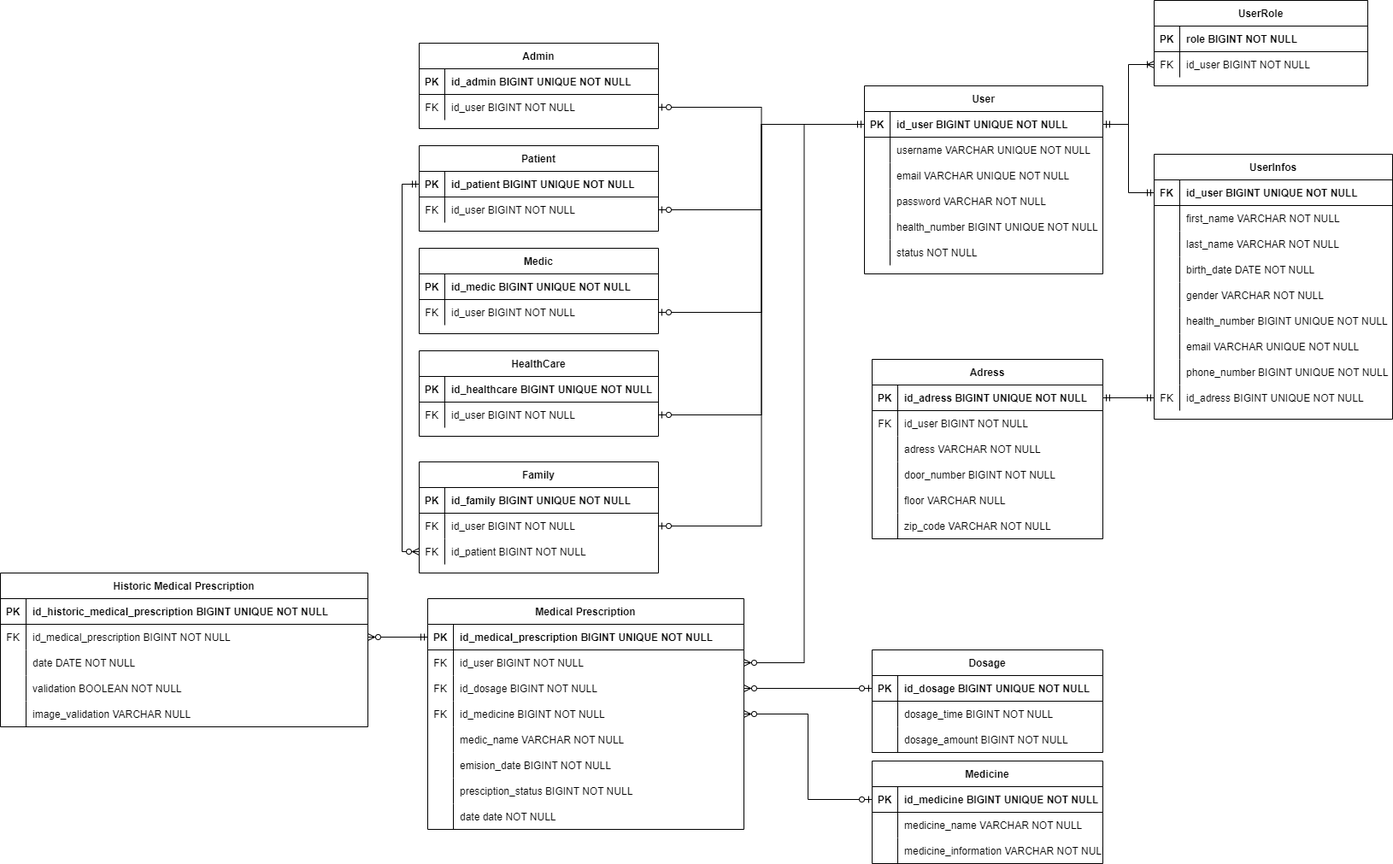
The draw.io diagram Documentação/Base de dados/ER.drawio.png in Zav04/MedAlert, before a commit. Source tidied: cells renumbered, new cells last; positions are measured from the earlier drawing's top-left corner, leaving out a move shared by most shapes.
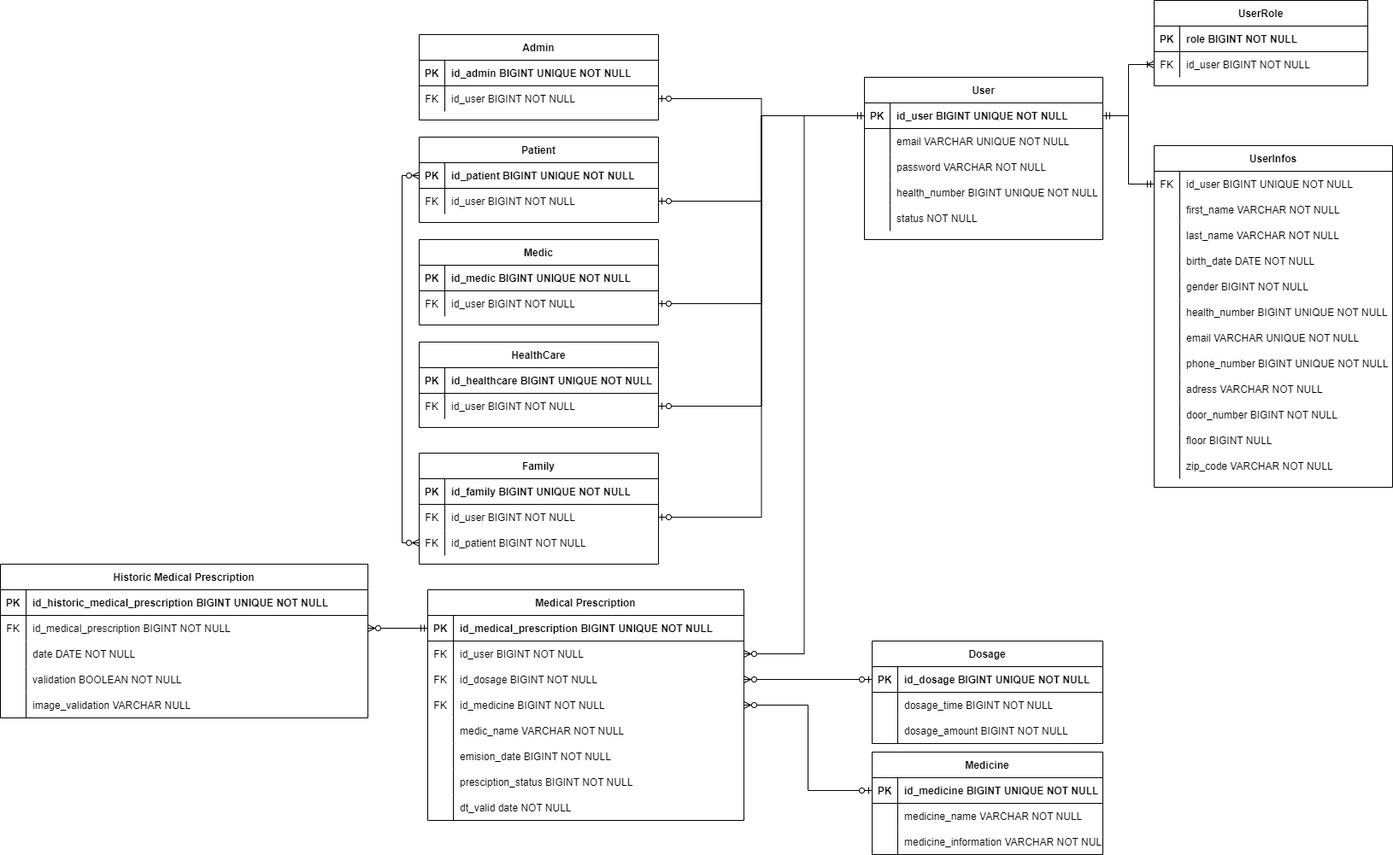
The same file after the commit.

Change to the diagram source:
```diff
@@ -3,7 +3,7 @@
     <mxCell id="0" />
     <mxCell id="1" parent="0" />
     <mxCell id="2" value="UserRole" style="shape=table;startSize=30;rowLines=0;fontStyle=1;align=center;" parent="1" vertex="1">
-      <mxGeometry x="1350" width="250" height="100" as="geometry" />
+      <mxGeometry x="1350" y="10" width="250" height="100" as="geometry" />
     </mxCell>
     <mxCell id="3" style="shape=partialRectangle;fillColor=none;top=1;left=1;right=1;bottom=1;fontStyle=1;" parent="2" vertex="1">
       <mxGeometry y="30" width="250" height="30" as="geometry" />
@@ -24,7 +24,7 @@
       <mxGeometry x="30" width="220" height="30" as="geometry" />
     </mxCell>
     <mxCell id="9" value="User" style="shape=table;startSize=30;rowLines=0;fontStyle=1;align=center;" parent="1" vertex="1">
-      <mxGeometry x="1011" y="100" width="279" height="220" as="geometry" />
+      <mxGeometry x="1011" y="100" width="279" height="190" as="geometry" />
     </mxCell>
     <mxCell id="10" style="shape=partialRectangle;fillColor=none;points=[[0,0.5],[1,0.5]];portConstraint=eastwest;top=0;left=0;right=0;bottom=1;" parent="9" vertex="1">
       <mxGeometry y="30" width="279" height="30" as="geometry" />
@@ -35,17 +35,8 @@
     <mxCell id="12" value="id_user BIGINT UNIQUE NOT NULL" style="shape=partialRectangle;overflow=hidden;fillColor=none;top=0;left=0;bottom=0;right=0;align=left;spacingLeft=6;fontStyle=1;" parent="10" vertex="1">
       <mxGeometry x="30" width="249" height="30" as="geometry" />
     </mxCell>
-    <mxCell id="13" style="shape=partialRectangle;fillColor=none;top=0;left=0;right=0;bottom=0;" parent="9" vertex="1">
-      <mxGeometry y="60" width="279" height="30" as="geometry" />
-    </mxCell>
-    <mxCell id="14" style="shape=partialRectangle;overflow=hidden;fillColor=none;top=0;left=0;bottom=0;right=0;" parent="13" vertex="1">
-      <mxGeometry width="30" height="30" as="geometry" />
-    </mxCell>
-    <mxCell id="15" value="username VARCHAR UNIQUE NOT NULL" style="shape=partialRectangle;overflow=hidden;fillColor=none;top=0;left=0;bottom=0;right=0;align=left;spacingLeft=6;" parent="13" vertex="1">
-      <mxGeometry x="30" width="249" height="30" as="geometry" />
-    </mxCell>
     <mxCell id="16" style="shape=partialRectangle;fillColor=none;top=0;left=0;right=0;bottom=0;" parent="9" vertex="1">
-      <mxGeometry y="90" width="279" height="30" as="geometry" />
+      <mxGeometry y="60" width="279" height="30" as="geometry" />
     </mxCell>
     <mxCell id="17" style="shape=partialRectangle;overflow=hidden;fillColor=none;top=0;left=0;bottom=0;right=0;" parent="16" vertex="1">
       <mxGeometry width="30" height="30" as="geometry" />
@@ -54,7 +45,7 @@
       <mxGeometry x="30" width="249" height="30" as="geometry" />
     </mxCell>
     <mxCell id="19" style="shape=partialRectangle;fillColor=none;top=0;left=0;right=0;bottom=0;" parent="9" vertex="1">
-      <mxGeometry y="120" width="279" height="30" as="geometry" />
+      <mxGeometry y="90" width="279" height="30" as="geometry" />
     </mxCell>
     <mxCell id="20" style="shape=partialRectangle;overflow=hidden;fillColor=none;top=0;left=0;bottom=0;right=0;" parent="19" vertex="1">
       <mxGeometry width="30" height="30" as="geometry" />
@@ -63,7 +54,7 @@
       <mxGeometry x="30" width="249" height="30" as="geometry" />
     </mxCell>
     <mxCell id="22" style="shape=partialRectangle;fillColor=none;top=0;left=0;right=0;bottom=0;" parent="9" vertex="1">
-      <mxGeometry y="150" width="279" height="30" as="geometry" />
+      <mxGeometry y="120" width="279" height="30" as="geometry" />
     </mxCell>
     <mxCell id="23" style="shape=partialRectangle;overflow=hidden;fillColor=none;top=0;left=0;bottom=0;right=0;" parent="22" vertex="1">
       <mxGeometry width="30" height="30" as="geometry" />
@@ -72,7 +63,7 @@
       <mxGeometry x="30" width="249" height="30" as="geometry" />
     </mxCell>
     <mxCell id="25" style="shape=partialRectangle;fillColor=none;top=0;left=0;right=0;bottom=0;" parent="9" vertex="1">
-      <mxGeometry y="180" width="279" height="30" as="geometry" />
+      <mxGeometry y="150" width="279" height="30" as="geometry" />
     </mxCell>
     <mxCell id="26" style="shape=partialRectangle;overflow=hidden;fillColor=none;top=0;left=0;bottom=0;right=0;" parent="25" vertex="1">
       <mxGeometry width="30" height="30" as="geometry" />
@@ -81,15 +72,15 @@
       <mxGeometry x="30" width="249" height="30" as="geometry" />
     </mxCell>
     <mxCell id="28" value="UserInfos" style="shape=table;startSize=30;rowLines=0;fontStyle=1;align=center;" parent="1" vertex="1">
-      <mxGeometry x="1350" y="180" width="279" height="310" as="geometry" />
+      <mxGeometry x="1350" y="180" width="279" height="400" as="geometry" />
     </mxCell>
-    <mxCell id="29" style="shape=partialRectangle;fillColor=none;points=[[0,0.5],[1,0.5]];portConstraint=eastwest;top=1;left=1;right=1;bottom=1;fontStyle=1;" parent="28" vertex="1">
+    <mxCell id="29" style="shape=partialRectangle;fillColor=none;points=[[0,0.5],[1,0.5]];portConstraint=eastwest;top=0;left=0;right=0;bottom=0;fontStyle=0;" parent="28" vertex="1">
       <mxGeometry y="30" width="279" height="30" as="geometry" />
     </mxCell>
-    <mxCell id="30" value="FK" style="shape=partialRectangle;overflow=hidden;fillColor=none;top=0;left=0;bottom=0;right=0;fontStyle=1;" parent="29" vertex="1">
+    <mxCell id="30" value="FK" style="shape=partialRectangle;overflow=hidden;fillColor=none;top=0;left=0;bottom=0;right=0;fontStyle=0;" parent="29" vertex="1">
       <mxGeometry width="30" height="30" as="geometry" />
     </mxCell>
-    <mxCell id="31" value="id_user BIGINT UNIQUE NOT NULL" style="shape=partialRectangle;overflow=hidden;fillColor=none;top=0;left=0;bottom=0;right=0;align=left;spacingLeft=6;fontStyle=1;" parent="29" vertex="1">
+    <mxCell id="31" value="id_user BIGINT UNIQUE NOT NULL" style="shape=partialRectangle;overflow=hidden;fillColor=none;top=0;left=0;bottom=0;right=0;align=left;spacingLeft=6;fontStyle=0;" parent="29" vertex="1">
       <mxGeometry x="30" width="249" height="30" as="geometry" />
     </mxCell>
     <mxCell id="32" style="shape=partialRectangle;fillColor=none;top=0;left=0;right=0;bottom=0;" parent="28" vertex="1">
@@ -125,7 +116,7 @@
     <mxCell id="42" style="shape=partialRectangle;overflow=hidden;fillColor=none;top=0;left=0;bottom=0;right=0;" parent="41" vertex="1">
       <mxGeometry width="30" height="30" as="geometry" />
     </mxCell>
-    <mxCell id="43" value="gender VARCHAR NOT NULL" style="shape=partialRectangle;overflow=hidden;fillColor=none;top=0;left=0;bottom=0;right=0;align=left;spacingLeft=6;" parent="41" vertex="1">
+    <mxCell id="43" value="gender BIGINT NOT NULL" style="shape=partialRectangle;overflow=hidden;fillColor=none;top=0;left=0;bottom=0;right=0;align=left;spacingLeft=6;" parent="41" vertex="1">
       <mxGeometry x="30" width="249" height="30" as="geometry" />
     </mxCell>
     <mxCell id="44" style="shape=partialRectangle;fillColor=none;top=0;left=0;right=0;bottom=0;" parent="28" vertex="1">
@@ -158,72 +149,39 @@
     <mxCell id="53" style="shape=partialRectangle;fillColor=none;points=[[0,0.5],[1,0.5]];portConstraint=eastwest;top=0;left=0;right=0;bottom=0;" parent="28" vertex="1">
       <mxGeometry y="270" width="279" height="30" as="geometry" />
     </mxCell>
-    <mxCell id="54" value="FK" style="shape=partialRectangle;overflow=hidden;fillColor=none;top=0;left=0;bottom=0;right=0;" parent="53" vertex="1">
+    <mxCell id="54" style="shape=partialRectangle;overflow=hidden;fillColor=none;top=0;left=0;bottom=0;right=0;" parent="53" vertex="1">
       <mxGeometry width="30" height="30" as="geometry" />
     </mxCell>
-    <mxCell id="55" value="id_adress BIGINT UNIQUE NOT NULL" style="shape=partialRectangle;overflow=hidden;fillColor=none;top=0;left=0;bottom=0;right=0;align=left;spacingLeft=6;" parent="53" vertex="1">
+    <mxCell id="55" value="adress VARCHAR NOT NULL" style="shape=partialRectangle;overflow=hidden;fillColor=none;top=0;left=0;bottom=0;right=0;align=left;spacingLeft=6;" parent="53" vertex="1">
       <mxGeometry x="30" width="249" height="30" as="geometry" />
     </mxCell>
-    <mxCell id="56" value="Adress" style="shape=table;startSize=30;rowLines=0;fontStyle=1;align=center;" parent="1" vertex="1">
-      <mxGeometry x="1020" y="420" width="270" height="210" as="geometry" />
-    </mxCell>
-    <mxCell id="57" style="shape=partialRectangle;fillColor=none;points=[[0,0.5],[1,0.5]];portConstraint=eastwest;top=1;left=1;right=1;bottom=1;" parent="56" vertex="1">
-      <mxGeometry y="30" width="270" height="30" as="geometry" />
-    </mxCell>
-    <mxCell id="58" value="PK" style="shape=partialRectangle;overflow=hidden;fillColor=none;top=0;left=0;bottom=0;right=0;fontStyle=1;" parent="57" vertex="1">
-      <mxGeometry width="30" height="30" as="geometry" />
-    </mxCell>
-    <mxCell id="59" value="id_adress BIGINT UNIQUE NOT NULL" style="shape=partialRectangle;overflow=hidden;fillColor=none;top=1;left=1;bottom=1;right=1;align=left;spacingLeft=6;fontStyle=1;" parent="57" vertex="1">
-      <mxGeometry x="30" width="240" height="30" as="geometry" />
-    </mxCell>
-    <mxCell id="60" style="shape=partialRectangle;fillColor=none;top=0;left=0;right=0;bottom=0;" parent="56" vertex="1">
-      <mxGeometry y="60" width="270" height="30" as="geometry" />
-    </mxCell>
-    <mxCell id="61" value="FK" style="shape=partialRectangle;overflow=hidden;fillColor=none;top=0;left=0;bottom=0;right=0;" parent="60" vertex="1">
-      <mxGeometry width="30" height="30" as="geometry" />
-    </mxCell>
-    <mxCell id="62" value="id_user BIGINT NOT NULL" style="shape=partialRectangle;overflow=hidden;fillColor=none;top=0;left=0;bottom=0;right=0;align=left;spacingLeft=6;" parent="60" vertex="1">
-      <mxGeometry x="30" width="240" height="30" as="geometry" />
-    </mxCell>
-    <mxCell id="63" style="shape=partialRectangle;fillColor=none;top=0;left=0;right=0;bottom=0;" parent="56" vertex="1">
-      <mxGeometry y="90" width="270" height="30" as="geometry" />
-    </mxCell>
-    <mxCell id="64" style="shape=partialRectangle;overflow=hidden;fillColor=none;top=0;left=0;bottom=0;right=0;" parent="63" vertex="1">
-      <mxGeometry width="30" height="30" as="geometry" />
-    </mxCell>
-    <mxCell id="65" value="adress VARCHAR NOT NULL" style="shape=partialRectangle;overflow=hidden;fillColor=none;top=0;left=0;bottom=0;right=0;align=left;spacingLeft=6;" parent="63" vertex="1">
-      <mxGeometry x="30" width="240" height="30" as="geometry" />
-    </mxCell>
-    <mxCell id="66" style="shape=partialRectangle;fillColor=none;top=0;left=0;right=0;bottom=0;" parent="56" vertex="1">
-      <mxGeometry y="120" width="270" height="30" as="geometry" />
-    </mxCell>
-    <mxCell id="67" style="shape=partialRectangle;overflow=hidden;fillColor=none;top=0;left=0;bottom=0;right=0;" parent="66" vertex="1">
-      <mxGeometry width="30" height="30" as="geometry" />
-    </mxCell>
+    <mxCell id="187" style="shape=partialRectangle;fillColor=none;top=0;left=0;right=0;bottom=0;" parent="28" vertex="1">
+      <mxGeometry y="300" width="279" height="30" as="geometry" />
+    </mxCell>
+    <mxCell id="188" style="shape=partialRectangle;overflow=hidden;fillColor=none;top=0;left=0;bottom=0;right=0;" parent="187" vertex="1">
+      <mxGeometry width="30" height="30" as="geometry" />
+    </mxCell>
-    <mxCell id="68" value="door_number BIGINT NOT NULL" style="shape=partialRectangle;overflow=hidden;fillColor=none;top=0;left=0;bottom=0;right=0;align=left;spacingLeft=6;" parent="66" vertex="1">
-      <mxGeometry x="30" width="240" height="30" as="geometry" />
+    <mxCell id="68" value="door_number BIGINT NOT NULL" style="shape=partialRectangle;overflow=hidden;fillColor=none;top=0;left=0;bottom=0;right=0;align=left;spacingLeft=6;" parent="187" vertex="1">
+      <mxGeometry x="30" width="249" height="30" as="geometry" />
     </mxCell>
-    <mxCell id="69" style="shape=partialRectangle;fillColor=none;top=0;left=0;right=0;bottom=0;" parent="56" vertex="1">
-      <mxGeometry y="150" width="270" height="30" as="geometry" />
-    </mxCell>
-    <mxCell id="70" style="shape=partialRectangle;overflow=hidden;fillColor=none;top=0;left=0;bottom=0;right=0;" parent="69" vertex="1">
-      <mxGeometry width="30" height="30" as="geometry" />
-    </mxCell>
-    <mxCell id="71" value="floor VARCHAR NULL" style="shape=partialRectangle;overflow=hidden;fillColor=none;top=0;left=0;bottom=0;right=0;align=left;spacingLeft=6;" parent="69" vertex="1">
-      <mxGeometry x="30" width="240" height="30" as="geometry" />
-    </mxCell>
-    <mxCell id="72" style="shape=partialRectangle;fillColor=none;top=0;left=0;right=0;bottom=0;" parent="56" vertex="1">
-      <mxGeometry y="180" width="270" height="30" as="geometry" />
-    </mxCell>
-    <mxCell id="73" style="shape=partialRectangle;overflow=hidden;fillColor=none;top=0;left=0;bottom=0;right=0;" parent="72" vertex="1">
-      <mxGeometry width="30" height="30" as="geometry" />
-    </mxCell>
+    <mxCell id="189" style="shape=partialRectangle;fillColor=none;top=0;left=0;right=0;bottom=0;" parent="28" vertex="1">
+      <mxGeometry y="330" width="279" height="30" as="geometry" />
+    </mxCell>
+    <mxCell id="190" style="shape=partialRectangle;overflow=hidden;fillColor=none;top=0;left=0;bottom=0;right=0;" parent="189" vertex="1">
+      <mxGeometry width="30" height="30" as="geometry" />
+    </mxCell>
+    <mxCell id="191" value="floor BIGINT NULL" style="shape=partialRectangle;overflow=hidden;fillColor=none;top=0;left=0;bottom=0;right=0;align=left;spacingLeft=6;" parent="189" vertex="1">
+      <mxGeometry x="30" width="249" height="30" as="geometry" />
+    </mxCell>
+    <mxCell id="192" style="shape=partialRectangle;fillColor=none;top=0;left=0;right=0;bottom=0;" parent="28" vertex="1">
+      <mxGeometry y="360" width="279" height="30" as="geometry" />
+    </mxCell>
+    <mxCell id="193" style="shape=partialRectangle;overflow=hidden;fillColor=none;top=0;left=0;bottom=0;right=0;" parent="192" vertex="1">
+      <mxGeometry width="30" height="30" as="geometry" />
+    </mxCell>
-    <mxCell id="74" value="zip_code VARCHAR NOT NULL" style="shape=partialRectangle;overflow=hidden;fillColor=none;top=0;left=0;bottom=0;right=0;align=left;spacingLeft=6;" parent="72" vertex="1">
-      <mxGeometry x="30" width="240" height="30" as="geometry" />
+    <mxCell id="74" value="zip_code VARCHAR NOT NULL" style="shape=partialRectangle;overflow=hidden;fillColor=none;top=0;left=0;bottom=0;right=0;align=left;spacingLeft=6;" parent="192" vertex="1">
+      <mxGeometry x="30" width="249" height="30" as="geometry" />
     </mxCell>
-    <mxCell id="75" style="edgeStyle=orthogonalEdgeStyle;rounded=0;jettySize=auto;html=1;exitX=1;exitY=0.5;exitDx=0;exitDy=0;entryX=0;entryY=0.5;entryDx=0;entryDy=0;startArrow=ERmandOne;startFill=0;endArrow=ERmandOne;endFill=0;" parent="1" edge="1" source="57" target="53">
-      <mxGeometry relative="1" as="geometry" />
-    </mxCell>
     <mxCell id="76" style="edgeStyle=orthogonalEdgeStyle;rounded=0;jettySize=auto;html=1;entryX=0;entryY=0.5;entryDx=0;entryDy=0;startArrow=ERone;startFill=0;endArrow=ERmandOne;endFill=0;" parent="1" edge="1" source="10" target="29">
       <mxGeometry relative="1" as="geometry" />
     </mxCell>
@@ -431,7 +389,7 @@
     <mxCell id="144" style="shape=partialRectangle;overflow=hidden;fillColor=none;top=0;left=0;bottom=0;right=0;" parent="143" vertex="1">
       <mxGeometry width="30" height="30" as="geometry" />
     </mxCell>
-    <mxCell id="145" value="date date NOT NULL" style="shape=partialRectangle;overflow=hidden;fillColor=none;top=0;left=0;bottom=0;right=0;align=left;spacingLeft=6;" parent="143" vertex="1">
+    <mxCell id="145" value="dt_valid date NOT NULL" style="shape=partialRectangle;overflow=hidden;fillColor=none;top=0;left=0;bottom=0;right=0;align=left;spacingLeft=6;" parent="143" vertex="1">
       <mxGeometry x="30" width="340" height="30" as="geometry" />
     </mxCell>
     <mxCell id="146" style="edgeStyle=orthogonalEdgeStyle;rounded=0;jettySize=auto;html=1;exitX=0;exitY=0.5;exitDx=0;exitDy=0;entryX=1;entryY=0.5;entryDx=0;entryDy=0;endArrow=ERzeroToMany;endFill=0;" parent="1" edge="1" source="10" target="125">
@@ -554,7 +512,7 @@
     <mxCell id="185" style="edgeStyle=orthogonalEdgeStyle;rounded=0;jettySize=auto;html=1;exitX=0;exitY=0.5;exitDx=0;exitDy=0;entryX=1;entryY=0.5;entryDx=0;entryDy=0;startArrow=ERmandOne;startFill=0;endArrow=ERzeroToMany;endFill=0;" parent="1" edge="1" source="122" target="173">
       <mxGeometry relative="1" as="geometry" />
     </mxCell>
-    <mxCell id="186" style="edgeStyle=orthogonalEdgeStyle;rounded=0;jettySize=auto;html=1;exitX=0;exitY=0.5;exitDx=0;exitDy=0;entryX=0;entryY=0.5;entryDx=0;entryDy=0;startArrow=ERmandOne;startFill=0;endArrow=ERzeroToMany;endFill=0;" parent="1" edge="1" source="86" target="117">
+    <mxCell id="186" style="edgeStyle=orthogonalEdgeStyle;rounded=0;jettySize=auto;html=1;exitX=0;exitY=0.5;exitDx=0;exitDy=0;entryX=0;entryY=0.5;entryDx=0;entryDy=0;startArrow=ERzeroToMany;startFill=0;endArrow=ERzeroToMany;endFill=0;" parent="1" edge="1" source="86" target="117">
       <mxGeometry relative="1" as="geometry" />
     </mxCell>
   </root>
```
